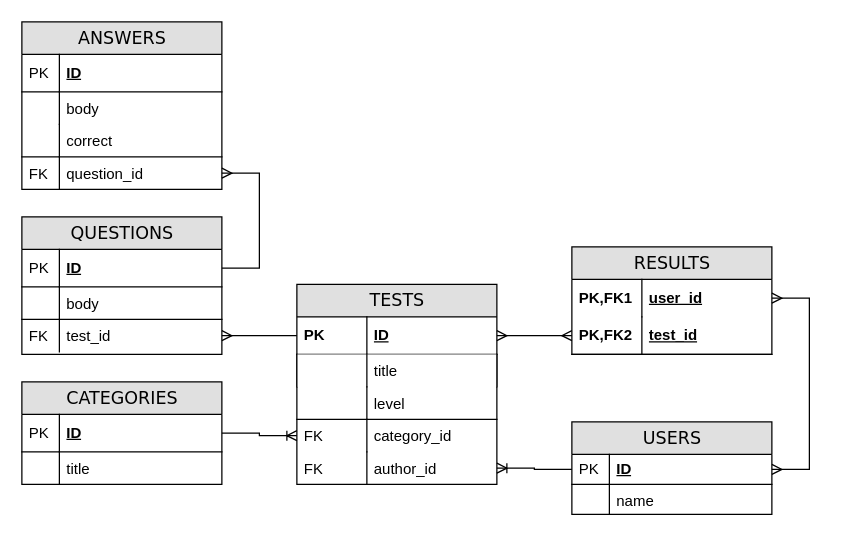
skvortsovvg/TestGuru keeps this draw.io diagram as public/Untitled Diagram.drawio. Above is the earlier version. Source tidied: cells renumbered, new cells numbered last; positions are measured from the earlier drawing's top-left corner, leaving out a move shared by most shapes. Both pictures are drawn from the tidied source at 125%, with x=0, y=0 at pixel (21, 21).
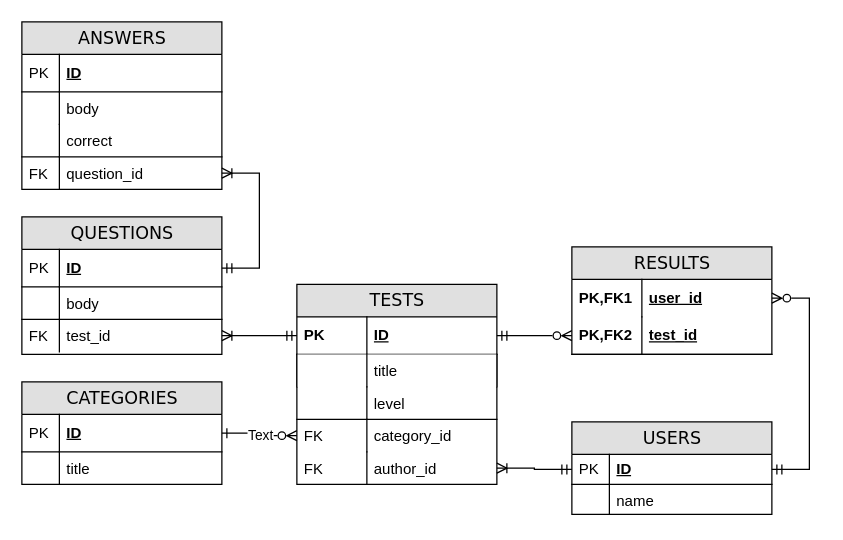
After the change.

Commit message:
crows notation

The change refers to these unchanged cells:
```xml
<mxCell id="3" value="ID" style="shape=partialRectangle;top=0;left=0;right=0;bottom=1;html=1;align=left;verticalAlign=middle;fillColor=none;spacingLeft=60;spacingRight=4;whiteSpace=wrap;overflow=hidden;points=[[0,0.5],[1,0.5]];portConstraint=eastwest;fontStyle=5;shadow=0;sketch=0;" parent="2" vertex="1">
  <mxGeometry y="26" width="160" height="30" as="geometry" />
</mxCell>
<mxCell id="9" value="category_id" style="shape=partialRectangle;top=0;left=0;right=0;bottom=0;html=1;align=left;verticalAlign=top;fillColor=none;spacingLeft=60;spacingRight=4;whiteSpace=wrap;overflow=hidden;points=[[0,0.5],[1,0.5]];portConstraint=eastwest;" parent="2" vertex="1">
  <mxGeometry y="108" width="160" height="26" as="geometry" />
</mxCell>
<mxCell id="11" value="author_id" style="shape=partialRectangle;top=0;left=0;right=0;bottom=0;html=1;align=left;verticalAlign=top;fillColor=none;spacingLeft=60;spacingRight=4;whiteSpace=wrap;overflow=hidden;points=[[0,0.5],[1,0.5]];portConstraint=eastwest;" parent="2" vertex="1">
  <mxGeometry y="134" width="160" height="26" as="geometry" />
</mxCell>
<mxCell id="14" value="ID" style="shape=partialRectangle;top=0;left=0;right=0;bottom=1;html=1;align=left;verticalAlign=middle;fillColor=none;spacingLeft=34;spacingRight=4;whiteSpace=wrap;overflow=hidden;points=[[0,0.5],[1,0.5]];portConstraint=eastwest;fontStyle=5;" parent="13" vertex="1">
  <mxGeometry y="26" width="160" height="24" as="geometry" />
</mxCell>
<mxCell id="19" value="ID" style="shape=partialRectangle;top=0;left=0;right=0;bottom=1;html=1;align=left;verticalAlign=middle;fillColor=none;spacingLeft=34;spacingRight=4;whiteSpace=wrap;overflow=hidden;points=[[0,0.5],[1,0.5]];portConstraint=eastwest;fontStyle=5;" parent="18" vertex="1">
  <mxGeometry y="26" width="160" height="30" as="geometry" />
</mxCell>
<mxCell id="23" value="test_id" style="shape=partialRectangle;top=1;left=0;right=0;bottom=0;html=1;align=left;verticalAlign=top;fillColor=none;spacingLeft=34;spacingRight=4;whiteSpace=wrap;overflow=hidden;points=[[0,0.5],[1,0.5]];portConstraint=eastwest;" parent="18" vertex="1">
  <mxGeometry y="82" width="160" height="26" as="geometry" />
</mxCell>
<mxCell id="32" value="question_id" style="shape=partialRectangle;top=1;left=0;right=0;bottom=0;html=1;align=left;verticalAlign=top;fillColor=none;spacingLeft=34;spacingRight=4;whiteSpace=wrap;overflow=hidden;points=[[0,0.5],[1,0.5]];portConstraint=eastwest;" parent="25" vertex="1">
  <mxGeometry y="108" width="160" height="26" as="geometry" />
</mxCell>
<mxCell id="35" value="user_id" style="shape=partialRectangle;top=0;left=0;right=0;bottom=0;html=1;align=left;verticalAlign=middle;fillColor=none;spacingLeft=60;spacingRight=4;whiteSpace=wrap;overflow=hidden;points=[[0,0.5],[1,0.5]];portConstraint=eastwest;fontStyle=5;" parent="34" vertex="1">
  <mxGeometry y="26" width="160" height="30" as="geometry" />
</mxCell>
<mxCell id="37" value="test_id" style="shape=partialRectangle;top=0;left=0;right=0;bottom=1;html=1;align=left;verticalAlign=middle;fillColor=none;spacingLeft=60;spacingRight=4;whiteSpace=wrap;overflow=hidden;points=[[0,0.5],[1,0.5]];portConstraint=eastwest;fontStyle=5;" parent="34" vertex="1">
  <mxGeometry y="56" width="160" height="30" as="geometry" />
</mxCell>
<mxCell id="40" value="ID" style="shape=partialRectangle;top=0;left=0;right=0;bottom=1;html=1;align=left;verticalAlign=middle;fillColor=none;spacingLeft=34;spacingRight=4;whiteSpace=wrap;overflow=hidden;points=[[0,0.5],[1,0.5]];portConstraint=eastwest;fontStyle=5;" parent="39" vertex="1">
  <mxGeometry y="26" width="160" height="30" as="geometry" />
</mxCell>
```

Diff of the diagram source:
```diff
@@
-    <mxCell id="44" style="edgeStyle=entityRelationEdgeStyle;fontSize=12;html=1;endArrow=ERmany;startArrow=ERmany;rounded=0;" parent="1" edge="1" source="35" target="14">
+    <mxCell id="44" style="edgeStyle=entityRelationEdgeStyle;fontSize=12;html=1;endArrow=ERmandOne;startArrow=ERzeroToMany;rounded=0;startFill=0;endFill=0;" parent="1" edge="1" source="35" target="14">
       <mxGeometry relative="1" as="geometry" />
     </mxCell>
-    <mxCell id="45" style="edgeStyle=entityRelationEdgeStyle;fontSize=12;html=1;endArrow=ERoneToMany;rounded=0;exitX=0;exitY=0.5;exitDx=0;exitDy=0;entryX=1;entryY=0.5;entryDx=0;entryDy=0;" parent="1" edge="1" source="14" target="11">
+    <mxCell id="45" style="edgeStyle=entityRelationEdgeStyle;fontSize=12;html=1;endArrow=ERoneToMany;rounded=0;startArrow=ERmandOne;startFill=0;" parent="1" edge="1" source="14" target="11">
       <mxGeometry relative="1" as="geometry" />
     </mxCell>
-    <mxCell id="46" style="edgeStyle=entityRelationEdgeStyle;fontSize=12;html=1;endArrow=ERoneToMany;rounded=0;exitX=1;exitY=0.5;exitDx=0;exitDy=0;" parent="1" edge="1" source="40" target="9">
+    <mxCell id="46" style="edgeStyle=entityRelationEdgeStyle;fontSize=12;html=1;endArrow=ERzeroToMany;rounded=0;startArrow=ERone;startFill=0;endFill=0;" parent="1" edge="1" source="40" target="9">
       <mxGeometry relative="1" as="geometry" />
     </mxCell>
+    <mxCell id="50" value="Text" style="edgeLabel;html=1;align=center;verticalAlign=middle;" parent="46" vertex="1">
+      <mxGeometry x="-0.01" relative="1" as="geometry" />
+    </mxCell>
-    <mxCell id="47" style="edgeStyle=entityRelationEdgeStyle;fontSize=12;html=1;endArrow=ERmany;rounded=0;" parent="1" edge="1" source="3" target="23">
+    <mxCell id="47" style="edgeStyle=entityRelationEdgeStyle;fontSize=12;html=1;endArrow=ERoneToMany;rounded=0;endFill=0;startArrow=ERmandOne;startFill=0;" parent="1" edge="1" source="3" target="23">
       <mxGeometry relative="1" as="geometry" />
     </mxCell>
-    <mxCell id="48" style="edgeStyle=entityRelationEdgeStyle;fontSize=12;html=1;endArrow=ERmany;startArrow=ERmany;rounded=0;" parent="1" edge="1" source="3" target="37">
+    <mxCell id="48" style="edgeStyle=entityRelationEdgeStyle;fontSize=12;html=1;endArrow=ERzeroToMany;startArrow=ERmandOne;rounded=0;endFill=0;startFill=0;" parent="1" edge="1" source="3" target="37">
       <mxGeometry relative="1" as="geometry" />
     </mxCell>
-    <mxCell id="49" style="edgeStyle=entityRelationEdgeStyle;fontSize=12;html=1;endArrow=ERmany;rounded=0;" parent="1" edge="1" source="19" target="32">
+    <mxCell id="49" style="edgeStyle=entityRelationEdgeStyle;fontSize=12;html=1;endArrow=ERoneToMany;rounded=0;endFill=0;startArrow=ERmandOne;startFill=0;" parent="1" edge="1" source="19" target="32">
       <mxGeometry relative="1" as="geometry" />
     </mxCell>
```
